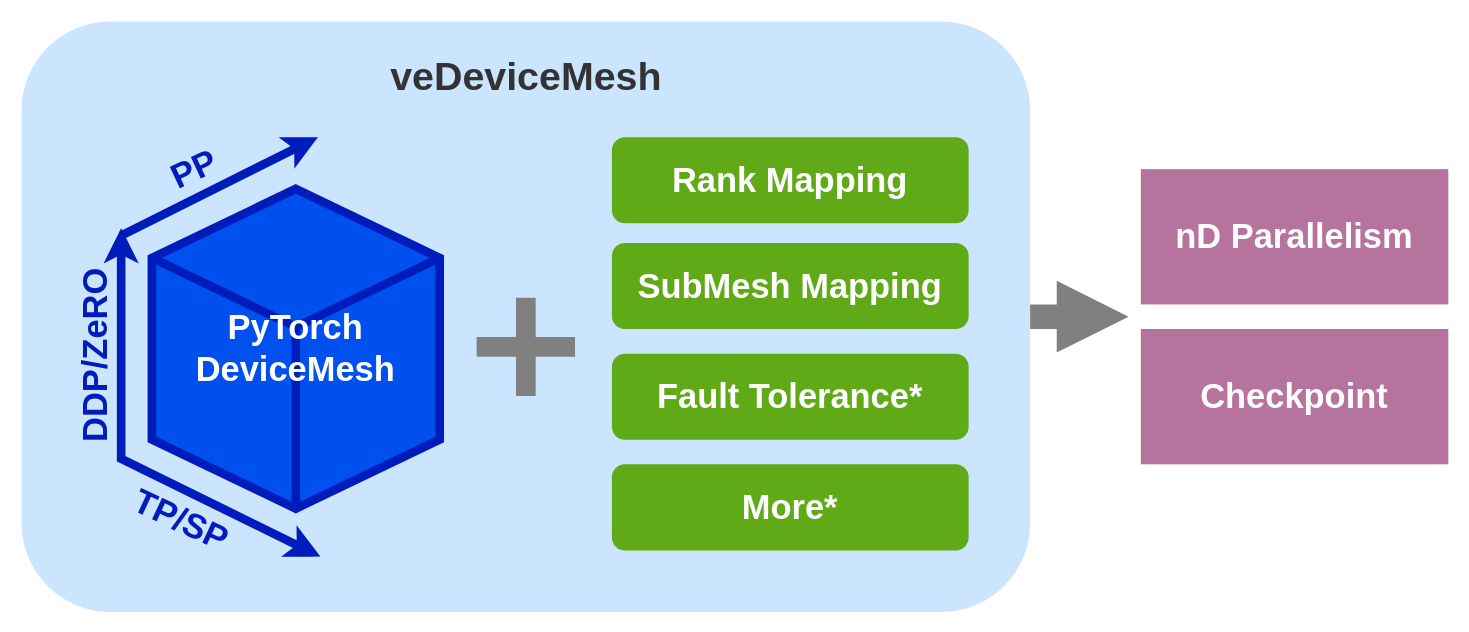
Before: docs/public/source/vedevicemesh.drawio in volcengine/veScaleWeb, a draw.io diagram. Source tidied: cells renumbered, new cells numbered last; positions are measured from the earlier drawing's top-left corner, leaving out a move shared by most shapes. Both pictures are drawn from the tidied source at 123%, with x=0, y=0 at pixel (21, 21).
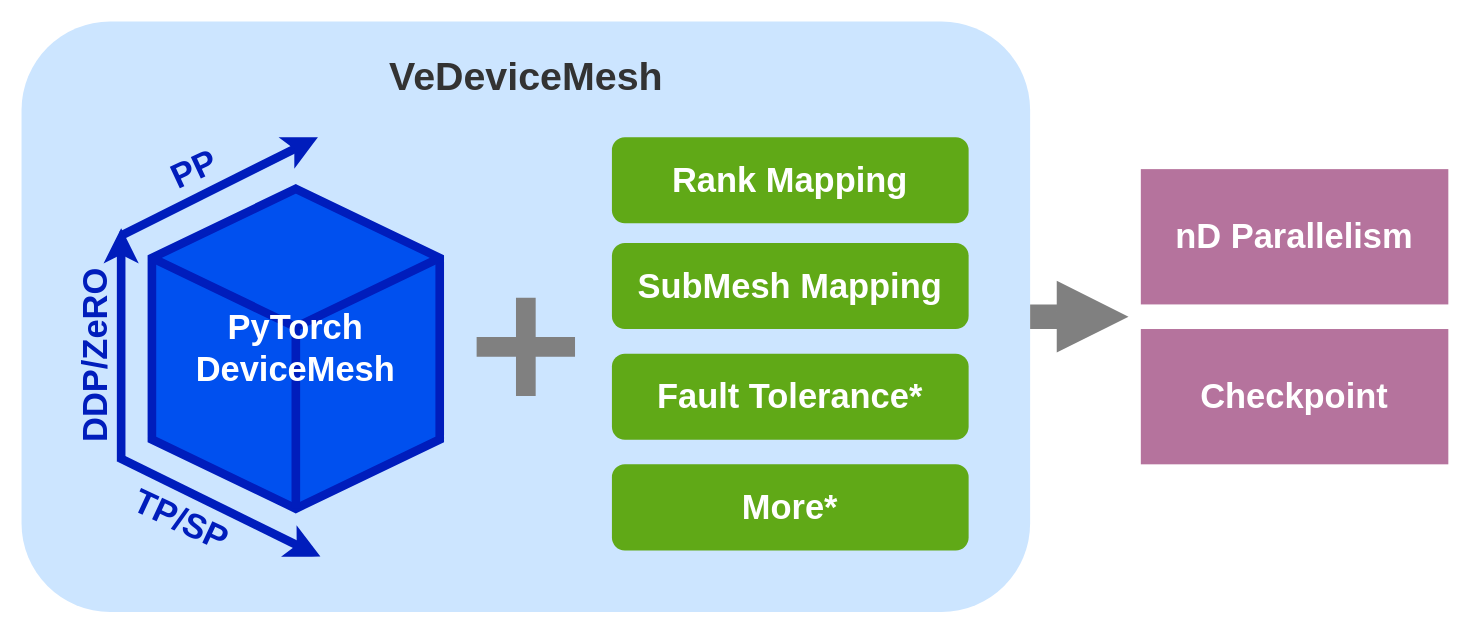
After the change.

Unchanged cells that the change refers to:
```xml
<mxCell id="2" style="group;" parent="1" vertex="1">
  <mxGeometry width="820" height="480" as="geometry" />
</mxCell>
```

Change to the diagram source:
```diff
@@
-    <mxCell id="17" value="veDeviceMesh" style="text;html=1;align=center;verticalAlign=middle;strokeColor=none;fillColor=none;fontSize=32;fontStyle=1;fontColor=#333333;" parent="2" vertex="1">
-      <mxGeometry x="290" y="20" width="240" height="50" as="geometry" />
+    <mxCell id="17" value="VeDeviceMesh" style="text;html=1;align=center;verticalAlign=middle;strokeColor=none;fillColor=none;fontSize=32;fontStyle=1;fontColor=#333333;" parent="2" vertex="1">
+      <mxGeometry x="285" y="20" width="250" height="50" as="geometry" />
     </mxCell>
```
